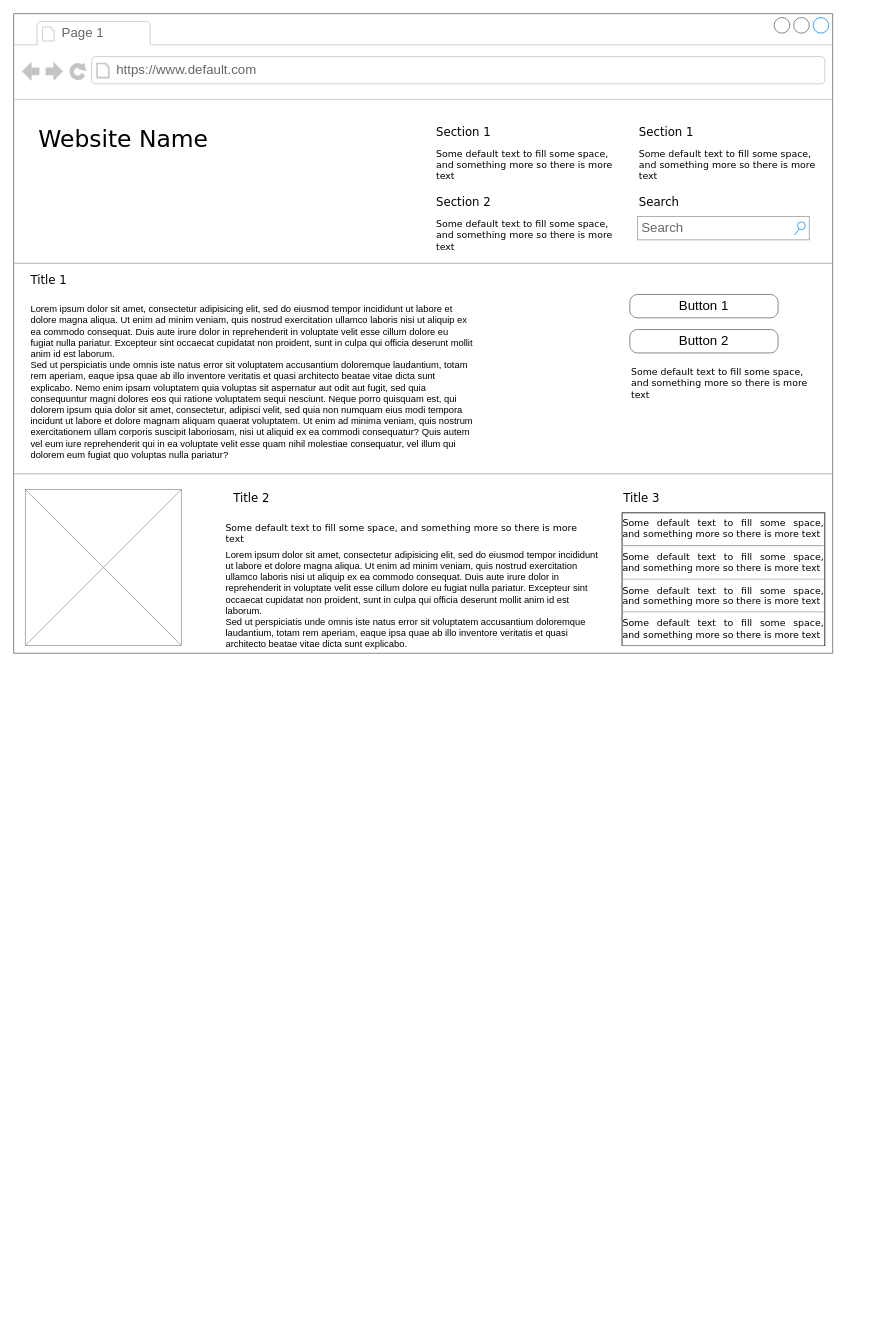
This is page "Page-1" (1 of 3) of Untitled Diagram.drawio from MagdalenaKroliczek/cv, a draw.io file, before an edit. Source tidied: cells renumbered, new cells numbered last; positions are measured from the earlier drawing's top-left corner, leaving out a move shared by most shapes. Both pictures are drawn from the tidied source at 78%, with x=0, y=0 at pixel (13, 13). Pictures stored in the file or linked from it are replaced by grey dashed boxes.
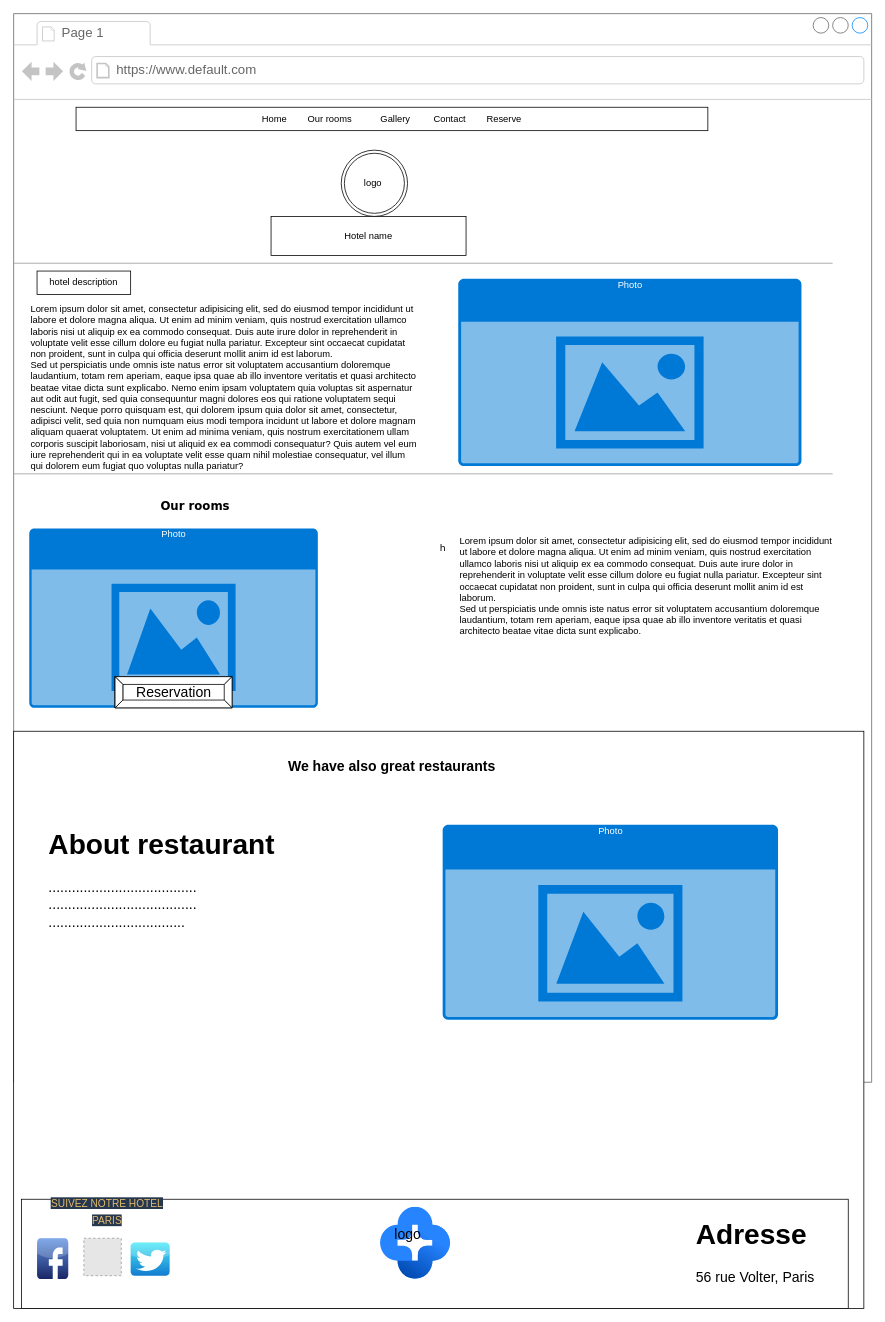
The same page after the edit.

Change to the diagram source:
```diff
@@
-    <mxCell id="2" style="strokeWidth=1;shadow=0;dashed=0;align=center;html=1;shape=mxgraph.mockup.containers.browserWindow;rSize=0;strokeColor=#666666;mainText=,;rounded=0;labelBackgroundColor=none;fontFamily=Verdana;fontSize=12;" parent="1" vertex="1">
-      <mxGeometry width="1050" height="820" as="geometry" />
+    <mxCell id="2" value="h" style="strokeWidth=1;shadow=0;dashed=0;align=center;html=1;shape=mxgraph.mockup.containers.browserWindow;rSize=0;strokeColor=#666666;mainText=,;rounded=0;labelBackgroundColor=none;fontFamily=Verdana;fontSize=12;" parent="1" vertex="1">
+      <mxGeometry width="1100" height="1370" as="geometry" />
     </mxCell>
@@
-    <mxCell id="5" value="Website Name" style="text;html=1;align=left;verticalAlign=top;spacingTop=-4;fontSize=30;fontFamily=Verdana;" parent="2" vertex="1">
-      <mxGeometry x="30" y="140" width="340" height="50" as="geometry" />
-    </mxCell>
-    <mxCell id="6" value="Section 1" style="text;html=1;align=left;verticalAlign=top;spacingTop=-4;fontSize=15;fontFamily=Verdana;" parent="2" vertex="1">
-      <mxGeometry x="540" y="140" width="170" height="30" as="geometry" />
-    </mxCell>
-    <mxCell id="7" value="Some default text to fill some space, and&amp;nbsp;&lt;span&gt;something more so there is more text&lt;/span&gt;" style="text;html=1;align=left;verticalAlign=top;spacingTop=-4;fontSize=12;fontFamily=Verdana;whiteSpace=wrap;" parent="2" vertex="1">
-      <mxGeometry x="540" y="170" width="240" height="40" as="geometry" />
-    </mxCell>
-    <mxCell id="8" value="Section 2" style="text;html=1;align=left;verticalAlign=top;spacingTop=-4;fontSize=15;fontFamily=Verdana;" parent="2" vertex="1">
-      <mxGeometry x="540" y="230" width="170" height="30" as="geometry" />
-    </mxCell>
-    <mxCell id="9" value="Some default text to fill some space, and&amp;nbsp;&lt;span&gt;something more so there is more text&lt;/span&gt;" style="text;html=1;align=left;verticalAlign=top;spacingTop=-4;fontSize=12;fontFamily=Verdana;whiteSpace=wrap;" parent="2" vertex="1">
-      <mxGeometry x="540" y="260" width="240" height="40" as="geometry" />
-    </mxCell>
-    <mxCell id="10" value="Section 1" style="text;html=1;align=left;verticalAlign=top;spacingTop=-4;fontSize=15;fontFamily=Verdana;" parent="2" vertex="1">
-      <mxGeometry x="800" y="140" width="170" height="30" as="geometry" />
-    </mxCell>
-    <mxCell id="11" value="Some default text to fill some space, and&amp;nbsp;&lt;span&gt;something more so there is more text&lt;/span&gt;" style="text;html=1;align=left;verticalAlign=top;spacingTop=-4;fontSize=12;fontFamily=Verdana;whiteSpace=wrap;" parent="2" vertex="1">
-      <mxGeometry x="800" y="170" width="240" height="40" as="geometry" />
-    </mxCell>
-    <mxCell id="12" value="Search" style="text;html=1;align=left;verticalAlign=top;spacingTop=-4;fontSize=15;fontFamily=Verdana;" parent="2" vertex="1">
-      <mxGeometry x="800" y="230" width="170" height="30" as="geometry" />
-    </mxCell>
-    <mxCell id="13" value="Search" style="strokeWidth=1;shadow=0;dashed=0;align=center;html=1;shape=mxgraph.mockup.forms.searchBox;strokeColor=#999999;mainText=;strokeColor2=#008cff;fontColor=#666666;fontSize=17;align=left;spacingLeft=3;rounded=0;labelBackgroundColor=none;" parent="2" vertex="1">
-      <mxGeometry x="800" y="260" width="220" height="30" as="geometry" />
-    </mxCell>
@@
-    <mxCell id="15" value="Title 1" style="text;html=1;align=left;verticalAlign=top;spacingTop=-4;fontSize=15;fontFamily=Verdana;" parent="2" vertex="1">
-      <mxGeometry x="20" y="330" width="170" height="30" as="geometry" />
-    </mxCell>
     <mxCell id="16" value="Lorem ipsum dolor sit amet, consectetur adipisicing elit, sed do eiusmod tempor incididunt ut labore et dolore magna aliqua. Ut enim ad minim veniam, quis nostrud exercitation ullamco laboris nisi ut aliquip ex ea commodo consequat. Duis aute irure dolor in reprehenderit in voluptate velit esse cillum dolore eu fugiat nulla pariatur. Excepteur sint occaecat cupidatat non proident, sunt in culpa qui officia deserunt mollit anim id est laborum.&#10;Sed ut perspiciatis unde omnis iste natus error sit voluptatem accusantium doloremque laudantium, totam rem aperiam, eaque ipsa quae ab illo inventore veritatis et quasi architecto beatae vitae dicta sunt explicabo. Nemo enim ipsam voluptatem quia voluptas sit aspernatur aut odit aut fugit, sed quia consequuntur magni dolores eos qui ratione voluptatem sequi nesciunt. Neque porro quisquam est, qui dolorem ipsum quia dolor sit amet, consectetur, adipisci velit, sed quia non numquam eius modi tempora incidunt ut labore et dolore magnam aliquam quaerat voluptatem. Ut enim ad minima veniam, quis nostrum exercitationem ullam corporis suscipit laboriosam, nisi ut aliquid ex ea commodi consequatur? Quis autem vel eum iure reprehenderit qui in ea voluptate velit esse quam nihil molestiae consequatur, vel illum qui dolorem eum fugiat quo voluptas nulla pariatur?" style="text;spacingTop=-5;whiteSpace=wrap;html=1;align=left;fontSize=12;fontFamily=Helvetica;fillColor=none;strokeColor=none;rounded=0;shadow=1;labelBackgroundColor=none;" parent="2" vertex="1">
-      <mxGeometry x="20" y="370" width="570" height="240" as="geometry" />
+      <mxGeometry x="20" y="370" width="500" height="240" as="geometry" />
     </mxCell>
-    <mxCell id="17" value="Button 1" style="strokeWidth=1;shadow=0;dashed=0;align=center;html=1;shape=mxgraph.mockup.buttons.button;strokeColor=#666666;mainText=;buttonStyle=round;fontSize=17;fontStyle=0;fillColor=none;whiteSpace=wrap;rounded=0;labelBackgroundColor=none;" parent="2" vertex="1">
-      <mxGeometry x="790" y="360" width="190" height="30" as="geometry" />
-    </mxCell>
-    <mxCell id="18" value="Button 2" style="strokeWidth=1;shadow=0;dashed=0;align=center;html=1;shape=mxgraph.mockup.buttons.button;strokeColor=#666666;mainText=;buttonStyle=round;fontSize=17;fontStyle=0;fillColor=none;whiteSpace=wrap;rounded=0;labelBackgroundColor=none;" parent="2" vertex="1">
-      <mxGeometry x="790" y="405" width="190" height="30" as="geometry" />
-    </mxCell>
-    <mxCell id="19" value="Some default text to fill some space, and&amp;nbsp;&lt;span&gt;something more so there is more text&lt;/span&gt;" style="text;html=1;align=left;verticalAlign=top;spacingTop=-4;fontSize=12;fontFamily=Verdana;whiteSpace=wrap;" parent="2" vertex="1">
-      <mxGeometry x="790" y="450" width="240" height="40" as="geometry" />
-    </mxCell>
@@
-    <mxCell id="21" style="verticalLabelPosition=bottom;shadow=0;dashed=0;align=center;html=1;verticalAlign=top;strokeWidth=1;shape=mxgraph.mockup.graphics.simpleIcon;strokeColor=#999999;fillColor=#ffffff;rounded=0;labelBackgroundColor=none;fontFamily=Verdana;fontSize=12;fontColor=#000000;" parent="2" vertex="1">
-      <mxGeometry x="15" y="610" width="200" height="200" as="geometry" />
-    </mxCell>
-    <mxCell id="22" value="Title 2" style="text;html=1;align=left;verticalAlign=top;spacingTop=-4;fontSize=15;fontFamily=Verdana;" parent="2" vertex="1">
-      <mxGeometry x="280" y="610" width="170" height="30" as="geometry" />
+    <mxCell id="22" value="&amp;nbsp; &amp;nbsp; &amp;nbsp; &amp;nbsp; &amp;nbsp; &amp;nbsp; &amp;nbsp; &amp;nbsp; &amp;nbsp; &amp;nbsp; &amp;nbsp; &amp;nbsp; &amp;nbsp; &amp;nbsp; &amp;nbsp; Our rooms" style="text;html=1;align=left;verticalAlign=top;spacingTop=-4;fontSize=15;fontFamily=Verdana;fontStyle=1;" parent="2" vertex="1">
+      <mxGeometry x="30" y="620" width="290" height="30" as="geometry" />
     </mxCell>
-    <mxCell id="23" value="Title 3" style="text;html=1;align=left;verticalAlign=top;spacingTop=-4;fontSize=15;fontFamily=Verdana;" parent="2" vertex="1">
-      <mxGeometry x="780" y="610" width="170" height="30" as="geometry" />
-    </mxCell>
-    <mxCell id="24" value="&lt;div style=&quot;text-align: justify&quot;&gt;&lt;span&gt;Some default text to fill some space, and&amp;nbsp;&lt;/span&gt;&lt;span&gt;something more so there is more text&lt;/span&gt;&lt;/div&gt;&lt;div style=&quot;text-align: justify&quot;&gt;&lt;hr id=&quot;null&quot; style=&quot;text-align: justify&quot;&gt;&lt;span&gt;&lt;div style=&quot;text-align: justify&quot;&gt;&lt;span&gt;Some default text to fill some space, and&amp;nbsp;&lt;/span&gt;&lt;span&gt;something more so there is more text&lt;/span&gt;&lt;/div&gt;&lt;/span&gt;&lt;/div&gt;&lt;hr id=&quot;null&quot; style=&quot;text-align: justify&quot;&gt;&lt;span&gt;&lt;div style=&quot;text-align: justify&quot;&gt;&lt;span&gt;Some default text to fill some space, and&amp;nbsp;&lt;/span&gt;&lt;span&gt;something more so there is more text&lt;/span&gt;&lt;/div&gt;&lt;/span&gt;&lt;hr id=&quot;null&quot; style=&quot;text-align: justify&quot;&gt;&lt;span&gt;&lt;div style=&quot;text-align: justify&quot;&gt;&lt;span&gt;Some default text to fill some space, and&amp;nbsp;&lt;/span&gt;&lt;span&gt;something more so there is more text&lt;/span&gt;&lt;/div&gt;&lt;/span&gt;&lt;hr id=&quot;null&quot; style=&quot;text-align: left&quot;&gt;" style="whiteSpace=wrap;html=1;rounded=0;shadow=0;labelBackgroundColor=none;strokeWidth=1;fontFamily=Verdana;fontSize=12;align=center;verticalAlign=top;" parent="2" vertex="1">
-      <mxGeometry x="780" y="640" width="260" height="170" as="geometry" />
-    </mxCell>
-    <mxCell id="25" value="Some default text to fill some space, and&amp;nbsp;&lt;span&gt;something more so there is more text&lt;/span&gt;" style="text;html=1;align=left;verticalAlign=top;spacingTop=-4;fontSize=12;fontFamily=Verdana;whiteSpace=wrap;" parent="2" vertex="1">
-      <mxGeometry x="270" y="650" width="470" height="40" as="geometry" />
-    </mxCell>
+    <mxCell id="27" value="logo&amp;nbsp;" style="ellipse;shape=doubleEllipse;whiteSpace=wrap;html=1;" parent="2" vertex="1">
+      <mxGeometry x="420" y="175" width="85" height="85" as="geometry" />
+    </mxCell>
+    <mxCell id="28" value="Home&amp;nbsp; &amp;nbsp; &amp;nbsp; &amp;nbsp; Our rooms&amp;nbsp; &amp;nbsp; &amp;nbsp; &amp;nbsp; &amp;nbsp; &amp;nbsp;Gallery&amp;nbsp; &amp;nbsp; &amp;nbsp; &amp;nbsp; &amp;nbsp;Contact&amp;nbsp; &amp;nbsp; &amp;nbsp; &amp;nbsp; Reserve" style="rounded=0;whiteSpace=wrap;html=1;" parent="2" vertex="1">
+      <mxGeometry x="80" y="120" width="810" height="30" as="geometry" />
+    </mxCell>
+    <mxCell id="29" value="Hotel name" style="rounded=0;whiteSpace=wrap;html=1;" parent="2" vertex="1">
+      <mxGeometry x="330" y="260" width="250" height="50" as="geometry" />
+    </mxCell>
+    <mxCell id="30" value="hotel description" style="rounded=0;whiteSpace=wrap;html=1;" parent="2" vertex="1">
+      <mxGeometry x="30" y="330" width="120" height="30" as="geometry" />
+    </mxCell>
+    <mxCell id="31" value="Photo" style="html=1;strokeColor=none;fillColor=#0079D6;labelPosition=center;verticalLabelPosition=middle;verticalAlign=top;align=center;fontSize=12;spacingTop=-6;fontColor=#FFFFFF;sketch=0;shape=mxgraph.sitemap.photo;" parent="2" vertex="1">
+      <mxGeometry x="570" y="340" width="440" height="240" as="geometry" />
+    </mxCell>
-    <mxCell id="26" value="Lorem ipsum dolor sit amet, consectetur adipisicing elit, sed do eiusmod tempor incididunt ut labore et dolore magna aliqua. Ut enim ad minim veniam, quis nostrud exercitation ullamco laboris nisi ut aliquip ex ea commodo consequat. Duis aute irure dolor in reprehenderit in voluptate velit esse cillum dolore eu fugiat nulla pariatur. Excepteur sint occaecat cupidatat non proident, sunt in culpa qui officia deserunt mollit anim id est laborum.&lt;br&gt;Sed ut perspiciatis unde omnis iste natus error sit voluptatem accusantium doloremque laudantium, totam rem aperiam, eaque ipsa quae ab illo inventore veritatis et quasi architecto beatae vitae dicta sunt explicabo.&amp;nbsp;" style="text;spacingTop=-5;whiteSpace=wrap;html=1;align=left;fontSize=12;fontFamily=Helvetica;fillColor=none;strokeColor=none;rounded=0;shadow=1;labelBackgroundColor=none;" parent="1" vertex="1">
-      <mxGeometry x="270" y="685" width="490" height="125" as="geometry" />
+    <mxCell id="26" value="Lorem ipsum dolor sit amet, consectetur adipisicing elit, sed do eiusmod tempor incididunt ut labore et dolore magna aliqua. Ut enim ad minim veniam, quis nostrud exercitation ullamco laboris nisi ut aliquip ex ea commodo consequat. Duis aute irure dolor in reprehenderit in voluptate velit esse cillum dolore eu fugiat nulla pariatur. Excepteur sint occaecat cupidatat non proident, sunt in culpa qui officia deserunt mollit anim id est laborum.&lt;br&gt;Sed ut perspiciatis unde omnis iste natus error sit voluptatem accusantium doloremque laudantium, totam rem aperiam, eaque ipsa quae ab illo inventore veritatis et quasi architecto beatae vitae dicta sunt explicabo.&amp;nbsp;" style="text;spacingTop=-5;whiteSpace=wrap;html=1;align=left;fontSize=12;fontFamily=Helvetica;fillColor=none;strokeColor=none;rounded=0;shadow=1;labelBackgroundColor=none;" parent="2" vertex="1">
+      <mxGeometry x="570" y="667.5" width="490" height="212.5" as="geometry" />
     </mxCell>
+    <mxCell id="32" value="Photo" style="html=1;strokeColor=none;fillColor=#0079D6;labelPosition=center;verticalLabelPosition=middle;verticalAlign=top;align=center;fontSize=12;spacingTop=-6;fontColor=#FFFFFF;sketch=0;shape=mxgraph.sitemap.photo;" parent="2" vertex="1">
+      <mxGeometry x="20" y="660" width="370" height="230" as="geometry" />
+    </mxCell>
+    <mxCell id="33" value="Reservation" style="labelPosition=center;verticalLabelPosition=middle;align=center;html=1;shape=mxgraph.basic.button;dx=10;fontSize=18;" parent="2" vertex="1">
+      <mxGeometry x="130" y="850" width="150" height="40" as="geometry" />
+    </mxCell>
+    <mxCell id="34" style="rounded=0;whiteSpace=wrap;html=1;" parent="1" vertex="1">
+      <mxGeometry y="920" width="1090" height="740" as="geometry" />
+    </mxCell>
+    <mxCell id="35" value="We have also great restaurants" style="text;html=1;strokeColor=none;fillColor=none;align=center;verticalAlign=middle;whiteSpace=wrap;rounded=0;fontStyle=1;fontSize=18;" parent="1" vertex="1">
+      <mxGeometry x="270" y="950" width="430" height="30" as="geometry" />
+    </mxCell>
+    <mxCell id="36" value="&lt;h1&gt;About restaurant&lt;/h1&gt;&lt;div&gt;......................................&lt;/div&gt;&lt;div&gt;......................................&lt;/div&gt;&lt;div&gt;...................................&lt;/div&gt;&lt;div&gt;&lt;br&gt;&lt;/div&gt;" style="text;html=1;strokeColor=none;fillColor=none;spacing=5;spacingTop=-20;whiteSpace=wrap;overflow=hidden;rounded=0;fontSize=18;" parent="1" vertex="1">
+      <mxGeometry x="40" y="1030" width="300" height="250" as="geometry" />
+    </mxCell>
+    <mxCell id="37" value="Photo" style="html=1;strokeColor=none;fillColor=#0079D6;labelPosition=center;verticalLabelPosition=middle;verticalAlign=top;align=center;fontSize=12;spacingTop=-6;fontColor=#FFFFFF;sketch=0;shape=mxgraph.sitemap.photo;" parent="1" vertex="1">
+      <mxGeometry x="550" y="1040" width="430" height="250" as="geometry" />
+    </mxCell>
+    <mxCell id="38" style="rounded=0;whiteSpace=wrap;html=1;fontSize=18;" parent="1" vertex="1">
+      <mxGeometry x="10" y="1520" width="1060" height="140" as="geometry" />
+    </mxCell>
+    <mxCell id="39" style="image;image=img/lib/atlassian/Clover_Logo.svg;fontSize=18;" parent="1" vertex="1">
+      <mxGeometry x="470" y="1530" width="90" height="92.4" as="geometry" />
+    </mxCell>
+    <mxCell id="40" value="logo" style="text;html=1;strokeColor=none;fillColor=none;align=center;verticalAlign=middle;whiteSpace=wrap;rounded=0;fontSize=18;" parent="1" vertex="1">
+      <mxGeometry x="480" y="1550" width="51" height="29.5" as="geometry" />
+    </mxCell>
+    <mxCell id="41" style="dashed=0;html=1;align=center;labelPosition=center;verticalLabelPosition=bottom;verticalAlign=top;shape=mxgraph.webicons.facebook;fillColor=#6294E4;gradientColor=#1A2665;fontSize=18;" parent="1" vertex="1">
+      <mxGeometry x="30" y="1570" width="40" height="52.4" as="geometry" />
+    </mxCell>
+    <mxCell id="42" style="fillColor=#E6E6E6;strokeColor=#999999;dashed=1;html=1;verticalAlign=top;verticalLabelPosition=bottom;labelBackgroundColor=#ffffff;fontSize=18;" parent="1" vertex="1">
+      <mxGeometry x="90" y="1570" width="48" height="48" as="geometry" />
+    </mxCell>
+    <mxCell id="43" style="dashed=0;html=1;align=center;labelPosition=center;verticalLabelPosition=bottom;verticalAlign=top;shape=mxgraph.webicons.twitter;fillColor=#49EAF7;gradientColor=#137BD0;fontSize=18;" parent="1" vertex="1">
+      <mxGeometry x="150" y="1575.6" width="50" height="42.4" as="geometry" />
+    </mxCell>
+    <mxCell id="44" value="&lt;span style=&quot;color: rgb(224 , 187 , 109) ; font-family: &amp;#34;futuramedium&amp;#34; , &amp;#34;arial&amp;#34; , &amp;#34;helvetica&amp;#34; , sans-serif ; font-size: 13px ; text-transform: uppercase ; background-color: rgb(39 , 55 , 77)&quot;&gt;SUIVEZ Notre hotel PARIS&lt;/span&gt;" style="text;html=1;strokeColor=none;fillColor=none;align=center;verticalAlign=middle;whiteSpace=wrap;rounded=0;fontSize=18;" parent="1" vertex="1">
+      <mxGeometry x="30" y="1520" width="180" height="30" as="geometry" />
+    </mxCell>
+    <mxCell id="45" value="&lt;h1&gt;Adresse&lt;/h1&gt;&lt;div&gt;56 rue Volter, Paris&lt;/div&gt;" style="text;html=1;strokeColor=none;fillColor=none;spacing=5;spacingTop=-20;whiteSpace=wrap;overflow=hidden;rounded=0;fontSize=18;" parent="1" vertex="1">
+      <mxGeometry x="870" y="1530" width="180" height="120" as="geometry" />
+    </mxCell>
```
